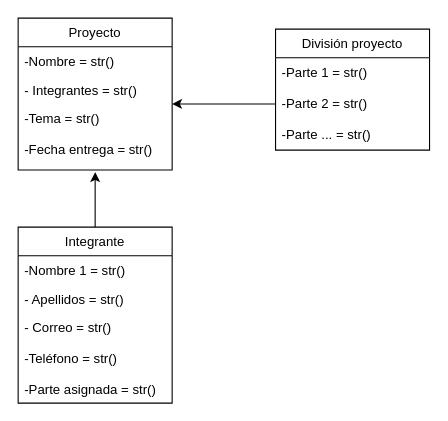
This is ejercicio7.drawio from mgonzalz/ejercicios_grupales, a draw.io file, before an edit. Source tidied: cells renumbered, new cells numbered last; positions are measured from the earlier drawing's top-left corner, leaving out a move shared by most shapes. Both pictures are drawn from the tidied source at 110%, with x=0, y=0 at pixel (18, 18).
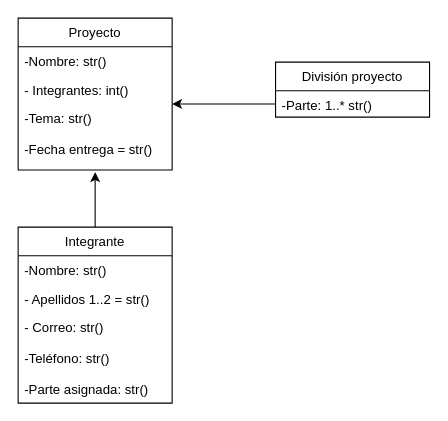
After the change.

Commit message:
ejercicio 7 correcion y 10

What changed in the source:
```diff
@@
 <mxGraphModel>
   <root>
     <mxCell id="0" />
     <mxCell id="1" parent="0" />
     <mxCell id="2" value="Proyecto" style="swimlane;fontStyle=0;horizontal=1;startSize=26;fillColor=none;" parent="1" vertex="1">
       <mxGeometry width="140" height="138" as="geometry" />
     </mxCell>
-    <mxCell id="3" value="-Nombre = str()" style="text;strokeColor=none;fillColor=none;align=left;verticalAlign=top;spacingLeft=4;spacingRight=4;overflow=hidden;" parent="2" vertex="1">
+    <mxCell id="3" value="-Nombre: str()" style="text;strokeColor=none;fillColor=none;align=left;verticalAlign=top;spacingLeft=4;spacingRight=4;overflow=hidden;" parent="2" vertex="1">
       <mxGeometry y="26" width="140" height="26" as="geometry" />
     </mxCell>
-    <mxCell id="4" value="- Integrantes = str()" style="text;strokeColor=none;fillColor=none;align=left;verticalAlign=top;spacingLeft=4;spacingRight=4;overflow=hidden;" parent="2" vertex="1">
+    <mxCell id="4" value="- Integrantes: int()" style="text;strokeColor=none;fillColor=none;align=left;verticalAlign=top;spacingLeft=4;spacingRight=4;overflow=hidden;" parent="2" vertex="1">
       <mxGeometry y="52" width="140" height="26" as="geometry" />
     </mxCell>
-    <mxCell id="5" value="-Tema = str()&#10;&#10;-Fecha entrega = str()" style="text;strokeColor=none;fillColor=none;align=left;verticalAlign=top;spacingLeft=4;spacingRight=4;overflow=hidden;points=[[0,0.5],[1,0.5]];portConstraint=eastwest;" parent="2" vertex="1">
+    <mxCell id="5" value="-Tema: str()&#10;&#10;-Fecha entrega = str()" style="text;strokeColor=none;fillColor=none;align=left;verticalAlign=top;spacingLeft=4;spacingRight=4;overflow=hidden;points=[[0,0.5],[1,0.5]];portConstraint=eastwest;" parent="2" vertex="1">
       <mxGeometry y="78" width="140" height="60" as="geometry" />
     </mxCell>
     <mxCell id="6" style="edgeStyle=none;html=1;entryX=0.5;entryY=1.033;entryDx=0;entryDy=0;entryPerimeter=0;" parent="1" edge="1" source="7" target="5">
       <mxGeometry relative="1" as="geometry" />
     </mxCell>
     <mxCell id="7" value="Integrante" style="swimlane;fontStyle=0;horizontal=1;startSize=26;fillColor=none;" parent="1" vertex="1">
       <mxGeometry y="190" width="140" height="160" as="geometry" />
     </mxCell>
-    <mxCell id="8" value="-Nombre 1 = str()" style="text;strokeColor=none;fillColor=none;align=left;verticalAlign=top;spacingLeft=4;spacingRight=4;overflow=hidden;" parent="7" vertex="1">
+    <mxCell id="8" value="-Nombre: str()" style="text;strokeColor=none;fillColor=none;align=left;verticalAlign=top;spacingLeft=4;spacingRight=4;overflow=hidden;" parent="7" vertex="1">
       <mxGeometry y="26" width="140" height="26" as="geometry" />
     </mxCell>
-    <mxCell id="9" value="- Apellidos = str()" style="text;strokeColor=none;fillColor=none;align=left;verticalAlign=top;spacingLeft=4;spacingRight=4;overflow=hidden;" parent="7" vertex="1">
+    <mxCell id="9" value="- Apellidos 1..2 = str()" style="text;strokeColor=none;fillColor=none;align=left;verticalAlign=top;spacingLeft=4;spacingRight=4;overflow=hidden;" parent="7" vertex="1">
       <mxGeometry y="52" width="140" height="26" as="geometry" />
     </mxCell>
-    <mxCell id="10" value="- Correo = str()&#10;&#10;-Teléfono = str()&#10;&#10;-Parte asignada = str()" style="text;strokeColor=none;fillColor=none;align=left;verticalAlign=top;spacingLeft=4;spacingRight=4;overflow=hidden;" parent="7" vertex="1">
+    <mxCell id="10" value="- Correo: str()&#10;&#10;-Teléfono: str()&#10;&#10;-Parte asignada: str()" style="text;strokeColor=none;fillColor=none;align=left;verticalAlign=top;spacingLeft=4;spacingRight=4;overflow=hidden;" parent="7" vertex="1">
       <mxGeometry y="78" width="140" height="82" as="geometry" />
     </mxCell>
     <mxCell id="11" value="División proyecto" style="swimlane;fontStyle=0;horizontal=1;startSize=26;fillColor=none;" parent="1" vertex="1">
-      <mxGeometry x="234" y="10" width="140" height="110" as="geometry" />
+      <mxGeometry x="234" y="40" width="140" height="50" as="geometry" />
     </mxCell>
-    <mxCell id="12" value="-Parte 1 = str()&#10;&#10;-Parte 2 = str()&#10;&#10;-Parte ... = str()&#10;&#10;" style="text;strokeColor=none;fillColor=none;align=left;verticalAlign=top;spacingLeft=4;spacingRight=4;overflow=hidden;points=[[0,0.5],[1,0.5]];portConstraint=eastwest;" parent="11" vertex="1">
-      <mxGeometry y="26" width="140" height="84" as="geometry" />
+    <mxCell id="12" value="-Parte: 1..* str()&#10;" style="text;strokeColor=none;fillColor=none;align=left;verticalAlign=top;spacingLeft=4;spacingRight=4;overflow=hidden;points=[[0,0.5],[1,0.5]];portConstraint=eastwest;" parent="11" vertex="1">
+      <mxGeometry y="26" width="140" height="24" as="geometry" />
     </mxCell>
     <mxCell id="13" style="edgeStyle=none;html=1;entryX=1;entryY=0;entryDx=0;entryDy=0;entryPerimeter=0;" parent="1" edge="1" source="12" target="5">
       <mxGeometry relative="1" as="geometry" />
     </mxCell>
   </root>
 </mxGraphModel>
```
